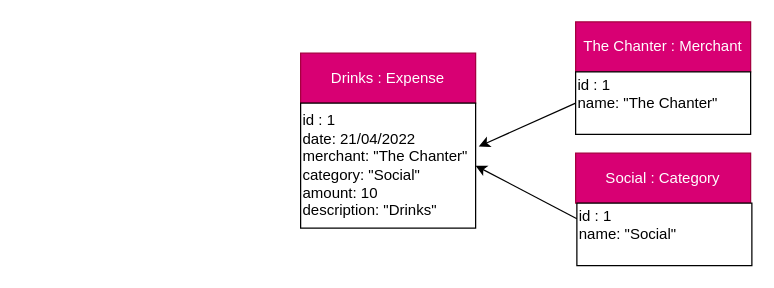
Above: page "objects" (2 of 3) of diagrams_expense_tracker.drawio in sandramolina/pythonic_expense_tracker (draw.io), before the change. Source tidied: cells renumbered, new cells numbered last; positions are measured from the earlier drawing's top-left corner, leaving out a move shared by most shapes. Both pictures are drawn from the tidied source at 125%, with x=0, y=0 at pixel (300, 21).
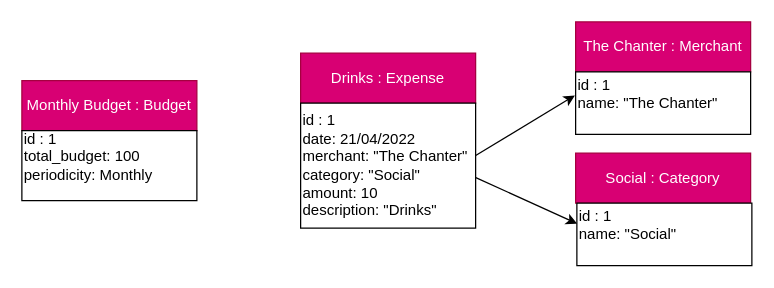
The same diagram, later.

Commit message (it also covers changes not shown here):
adds budget object

The edit, as a diff of the source:
```diff
@@
 <mxGraphModel>
   <root>
     <mxCell id="0" />
     <mxCell id="1" parent="0" />
     <mxCell id="2" value="Drinks : Expense" style="whiteSpace=wrap;html=1;fillColor=#d80073;strokeColor=#A50040;fontColor=#ffffff;" parent="1" vertex="1">
       <mxGeometry y="25" width="140" height="40" as="geometry" />
     </mxCell>
     <mxCell id="3" value="&lt;div&gt;&lt;span&gt;id : 1&lt;/span&gt;&lt;/div&gt;&lt;div&gt;&lt;span&gt;date: 21/04/2022&lt;/span&gt;&lt;/div&gt;&lt;div&gt;&lt;span&gt;merchant: &quot;The Chanter&quot;&lt;/span&gt;&lt;/div&gt;&lt;div&gt;&lt;span&gt;category: &quot;Social&quot;&lt;/span&gt;&lt;/div&gt;&lt;div&gt;&lt;span&gt;amount: 10&amp;nbsp;&lt;/span&gt;&lt;/div&gt;&lt;div&gt;&lt;span&gt;description: &quot;Drinks&quot;&lt;/span&gt;&lt;/div&gt;" style="whiteSpace=wrap;html=1;align=left;" parent="1" vertex="1">
       <mxGeometry y="65" width="140" height="100" as="geometry" />
     </mxCell>
     <mxCell id="4" value="The Chanter : Merchant" style="whiteSpace=wrap;html=1;fillColor=#d80073;fontColor=#ffffff;strokeColor=#A50040;" parent="1" vertex="1">
       <mxGeometry x="220" width="140" height="40" as="geometry" />
     </mxCell>
-    <mxCell id="5" style="edgeStyle=none;html=1;exitX=0;exitY=0.5;exitDx=0;exitDy=0;entryX=1.018;entryY=0.347;entryDx=0;entryDy=0;entryPerimeter=0;" parent="1" edge="1" source="6" target="3">
+    <mxCell id="5" style="edgeStyle=none;html=1;entryX=-0.004;entryY=0.376;entryDx=0;entryDy=0;entryPerimeter=0;exitX=0.998;exitY=0.421;exitDx=0;exitDy=0;exitPerimeter=0;" parent="1" edge="1" source="3" target="6">
       <mxGeometry relative="1" as="geometry" />
     </mxCell>
     <mxCell id="6" value="&lt;div&gt;&lt;span&gt;id : 1&lt;/span&gt;&lt;/div&gt;&lt;div&gt;name: &quot;The Chanter&quot;&lt;/div&gt;&lt;div&gt;&lt;span&gt;&lt;br&gt;&lt;/span&gt;&lt;/div&gt;" style="whiteSpace=wrap;html=1;align=left;" parent="1" vertex="1">
       <mxGeometry x="220" y="40" width="140" height="50" as="geometry" />
     </mxCell>
     <mxCell id="7" value="Social : Category" style="whiteSpace=wrap;html=1;fillColor=#d80073;fontColor=#ffffff;strokeColor=#A50040;" parent="1" vertex="1">
       <mxGeometry x="220" y="105" width="140" height="40" as="geometry" />
     </mxCell>
-    <mxCell id="8" style="edgeStyle=none;html=1;exitX=0;exitY=0.25;exitDx=0;exitDy=0;entryX=1;entryY=0.5;entryDx=0;entryDy=0;" parent="1" edge="1" source="9" target="3">
+    <mxCell id="8" style="edgeStyle=none;html=1;entryX=0.002;entryY=0.329;entryDx=0;entryDy=0;entryPerimeter=0;exitX=0.998;exitY=0.594;exitDx=0;exitDy=0;exitPerimeter=0;" parent="1" edge="1" source="3" target="9">
       <mxGeometry relative="1" as="geometry" />
     </mxCell>
     <mxCell id="9" value="&lt;div&gt;&lt;span&gt;id : 1&lt;/span&gt;&lt;/div&gt;&lt;div&gt;name: &quot;Social&quot;&lt;/div&gt;&lt;div&gt;&lt;span&gt;&lt;br&gt;&lt;/span&gt;&lt;/div&gt;" style="whiteSpace=wrap;html=1;align=left;" parent="1" vertex="1">
       <mxGeometry x="221" y="145" width="140" height="50" as="geometry" />
     </mxCell>
+    <mxCell id="10" value="Monthly Budget : Budget" style="whiteSpace=wrap;html=1;fillColor=#d80073;fontColor=#ffffff;strokeColor=#A50040;" parent="1" vertex="1">
+      <mxGeometry x="-223" y="47" width="140" height="40" as="geometry" />
+    </mxCell>
+    <mxCell id="11" value="&lt;div&gt;&lt;span&gt;id : 1&lt;/span&gt;&lt;/div&gt;&lt;div&gt;total_budget: 100&lt;/div&gt;&lt;div&gt;periodicity: Monthly&lt;/div&gt;&lt;div&gt;&lt;br&gt;&lt;/div&gt;" style="whiteSpace=wrap;html=1;align=left;" parent="1" vertex="1">
+      <mxGeometry x="-223" y="87" width="140" height="56" as="geometry" />
+    </mxCell>
   </root>
 </mxGraphModel>
```
